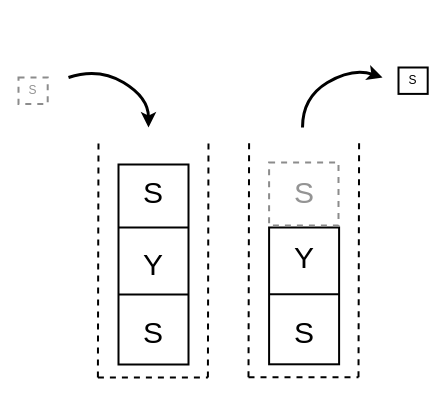
The draw.io diagram stack/doc/stack-data-structure-diagram.drawio in syniol/golang-data-structures, before the edit. Source tidied: cells renumbered, new cells numbered last; positions are measured from the earlier drawing's top-left corner, leaving out a move shared by most shapes. Both pictures are drawn from the tidied source at 100%, with x=0, y=0 at pixel (18, 67).
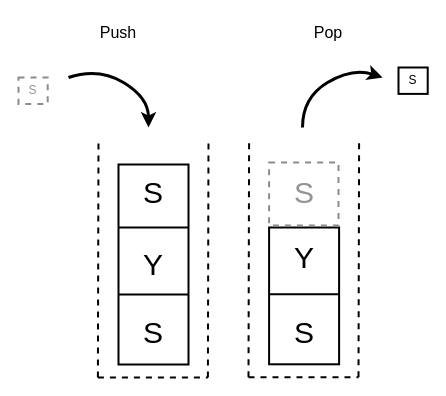
Above is the later version.

Commit message (it also covers changes not shown here):
Added Stack DS diagram

Diff of the diagram source:
```diff
@@
+    <mxCell id="24" value="Push" style="text;html=1;align=center;verticalAlign=middle;whiteSpace=wrap;rounded=0;fontSize=16;fontStyle=0;" parent="1" vertex="1">
+      <mxGeometry x="70" y="-50" width="60" height="30" as="geometry" />
+    </mxCell>
+    <mxCell id="25" value="Pop" style="text;html=1;align=center;verticalAlign=middle;whiteSpace=wrap;rounded=0;fontSize=16;fontStyle=0;" parent="1" vertex="1">
+      <mxGeometry x="280" y="-50" width="60" height="30" as="geometry" />
+    </mxCell>
```
